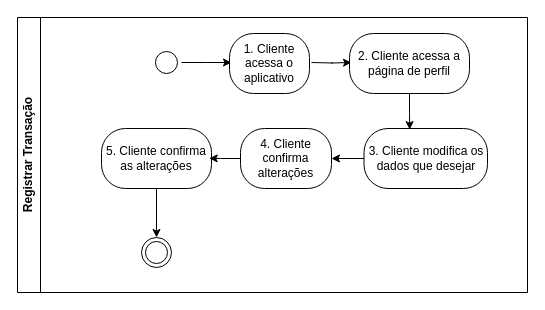
The draw.io diagram documentation/diagrams/activity/update-profile.drawio in anthony-gg1/controle-gastos, before the edit. Source tidied: cells renumbered, new cells numbered last; positions are measured from the earlier drawing's top-left corner, leaving out a move shared by most shapes. Both pictures are drawn from the tidied source at 100%, with x=0, y=0 at pixel (17, 17).
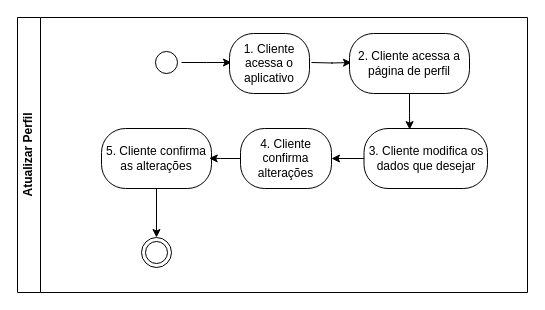
The same page after the edit.

Commit message:
Diagrama de emissão de relatório atualizado

Change to the diagram source:
```diff
@@
 <mxGraphModel>
   <root>
     <mxCell id="0" />
     <mxCell id="1" parent="0" />
-    <mxCell id="2" value="Registrar Transação" style="swimlane;horizontal=0;whiteSpace=wrap;html=1;" parent="1" vertex="1">
+    <mxCell id="2" value="Atualizar Perfil" style="swimlane;horizontal=0;whiteSpace=wrap;html=1;" parent="1" vertex="1">
       <mxGeometry width="510" height="275" as="geometry" />
     </mxCell>
     <mxCell id="3" style="edgeStyle=orthogonalEdgeStyle;rounded=0;jettySize=auto;html=1;entryX=0;entryY=0.5;entryDx=0;entryDy=0;" parent="2" edge="1" source="4">
       <mxGeometry relative="1" as="geometry">
         <mxPoint x="214" y="45" as="targetPoint" />
       </mxGeometry>
     </mxCell>
     <mxCell id="4" style="ellipse;html=1;shape=startState;" parent="2" vertex="1">
       <mxGeometry x="134" y="30" width="30" height="30" as="geometry" />
     </mxCell>
     <mxCell id="5" style="edgeStyle=orthogonalEdgeStyle;rounded=0;orthogonalLoop=1;jettySize=auto;html=1;" parent="2" edge="1">
       <mxGeometry relative="1" as="geometry">
         <mxPoint x="294" y="45" as="sourcePoint" />
         <mxPoint x="334" y="45" as="targetPoint" />
       </mxGeometry>
     </mxCell>
     <mxCell id="6" value="1. Cliente acessa o aplicativo" style="rounded=1;whiteSpace=wrap;html=1;arcSize=40;" parent="2" vertex="1">
       <mxGeometry x="212" y="16" width="80" height="60" as="geometry" />
     </mxCell>
     <mxCell id="7" value="2. Cliente acessa a página de perfil" style="whiteSpace=wrap;html=1;rounded=1;arcSize=40;" parent="2" vertex="1">
       <mxGeometry x="332" y="16" width="120" height="60" as="geometry" />
     </mxCell>
     <mxCell id="8" style="edgeStyle=orthogonalEdgeStyle;rounded=0;jettySize=auto;html=1;entryX=1;entryY=0.5;entryDx=0;entryDy=0;" parent="2" edge="1" source="9" target="10">
       <mxGeometry relative="1" as="geometry" />
     </mxCell>
     <mxCell id="9" value="3. Cliente modifica os dados que desejar" style="whiteSpace=wrap;html=1;rounded=1;arcSize=40;" parent="2" vertex="1">
       <mxGeometry x="346.5" y="111" width="123.5" height="60" as="geometry" />
     </mxCell>
     <mxCell id="10" value="4. Cliente confirma alterações" style="whiteSpace=wrap;html=1;rounded=1;arcSize=40;" parent="2" vertex="1">
       <mxGeometry x="223" y="111" width="91" height="60" as="geometry" />
     </mxCell>
     <mxCell id="11" style="edgeStyle=orthogonalEdgeStyle;rounded=0;jettySize=auto;html=1;entryX=0.5;entryY=0;entryDx=0;entryDy=0;" parent="2" edge="1" source="12" target="14">
       <mxGeometry relative="1" as="geometry" />
     </mxCell>
     <mxCell id="12" value="5. Cliente confirma as alterações" style="whiteSpace=wrap;html=1;rounded=1;arcSize=40;" parent="2" vertex="1">
       <mxGeometry x="84" y="111" width="110" height="60" as="geometry" />
     </mxCell>
     <mxCell id="13" style="edgeStyle=orthogonalEdgeStyle;rounded=0;jettySize=auto;html=1;entryX=0.988;entryY=0.429;entryDx=0;entryDy=0;entryPerimeter=0;" parent="2" edge="1" source="10">
       <mxGeometry relative="1" as="geometry">
         <mxPoint x="191.7" y="140.7" as="targetPoint" />
       </mxGeometry>
     </mxCell>
     <mxCell id="14" style="ellipse;html=1;shape=endState;" parent="2" vertex="1">
       <mxGeometry x="124" y="220" width="30" height="30" as="geometry" />
     </mxCell>
     <mxCell id="15" style="edgeStyle=orthogonalEdgeStyle;rounded=0;jettySize=auto;html=1;entryX=0.37;entryY=0.019;entryDx=0;entryDy=0;entryPerimeter=0;" parent="2" edge="1" source="7" target="9">
       <mxGeometry relative="1" as="geometry" />
     </mxCell>
   </root>
 </mxGraphModel>
```
